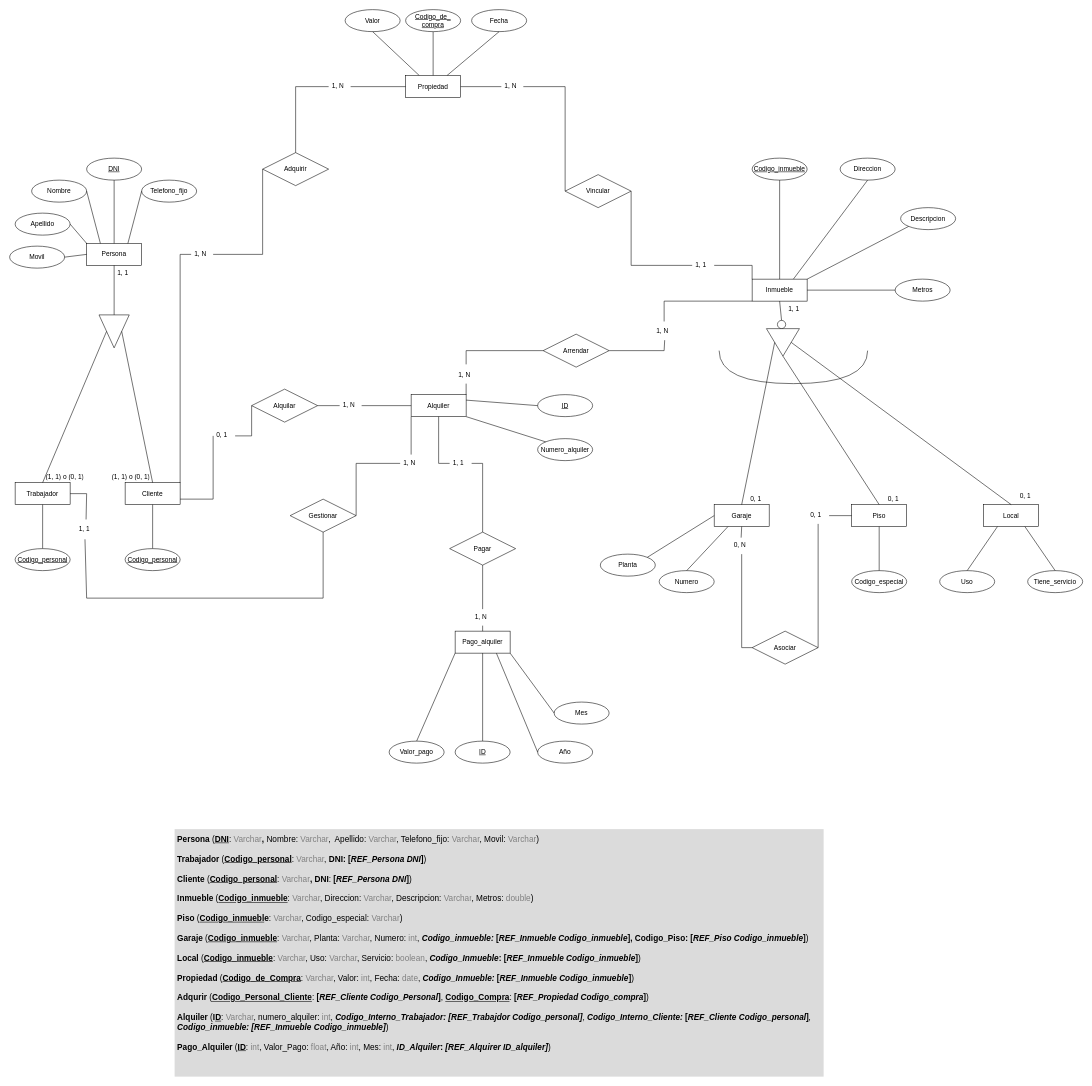
This is Diagramas/Actividad_18_C3_UD12.drawio from jordimall/jmg-tsys-ta12diagramasER-drawio-111023, a draw.io file, before an edit. Source tidied: cells renumbered, new cells numbered last; positions are measured from the earlier drawing's top-left corner, leaving out a move shared by most shapes. Both pictures are drawn from the tidied source at 55%, with x=0, y=0 at pixel (9, 9).
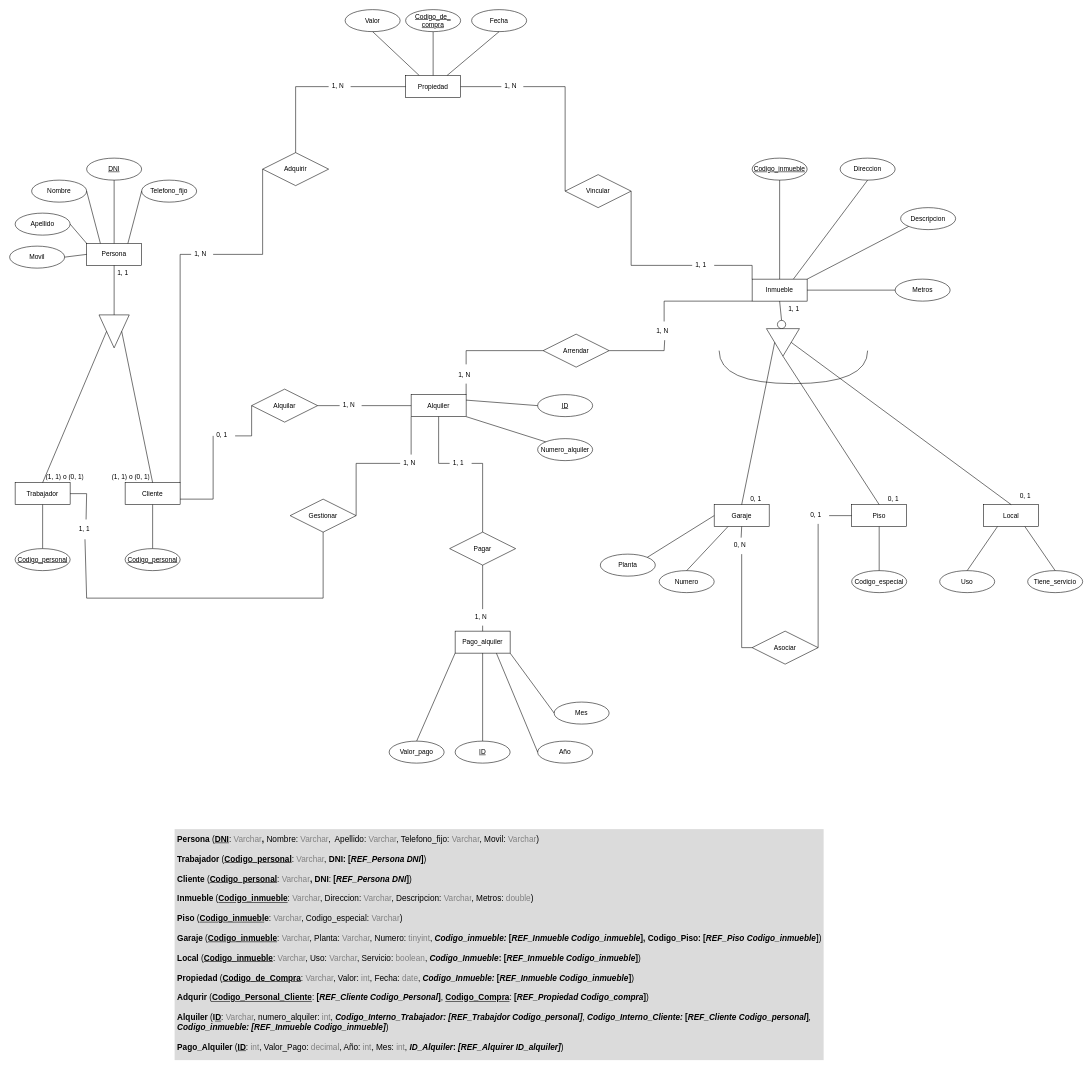
The same page after the edit.

What changed in the source:
```diff
@@
-    <mxCell id="107" value="&lt;div style=&quot;line-height: 120%;&quot;&gt;&lt;font style=&quot;font-size: 15px;&quot;&gt;&lt;b&gt;Persona &lt;/b&gt;(&lt;u style=&quot;font-weight: bold;&quot;&gt;DNI&lt;/u&gt;:&lt;b&gt;&amp;nbsp;&lt;/b&gt;&lt;/font&gt;&lt;font style=&quot;font-size: 15px;&quot;&gt;&lt;font color=&quot;#808080&quot;&gt;Varchar&lt;/font&gt;&lt;b&gt;,&lt;/b&gt; Nombre:&amp;nbsp;&lt;/font&gt;&lt;font style=&quot;font-size: 15px;&quot;&gt;&lt;font color=&quot;#808080&quot;&gt;Varchar&lt;/font&gt;,&amp;nbsp; Apellido:&amp;nbsp;&lt;/font&gt;&lt;font style=&quot;font-size: 15px;&quot;&gt;&lt;font color=&quot;#808080&quot;&gt;Varchar&lt;/font&gt;, Telefono_fijo:&amp;nbsp;&lt;/font&gt;&lt;font color=&quot;#808080&quot;&gt;Varchar&lt;/font&gt;&lt;font style=&quot;font-size: 15px;&quot;&gt;, Movil: &lt;font color=&quot;#808080&quot;&gt;V&lt;/font&gt;&lt;/font&gt;&lt;font color=&quot;#808080&quot;&gt;archar&lt;/font&gt;&lt;span style=&quot;background-color: rgb(219, 219, 219);&quot;&gt;&lt;font style=&quot;font-size: 15px;&quot;&gt;)&lt;/font&gt;&lt;/span&gt;&lt;/div&gt;&lt;div style=&quot;line-height: 120%;&quot;&gt;&lt;span style=&quot;background-color: rgb(219, 219, 219);&quot;&gt;&lt;font style=&quot;font-size: 15px;&quot;&gt;&lt;br&gt;&lt;/font&gt;&lt;/span&gt;&lt;/div&gt;&lt;div style=&quot;line-height: 120%;&quot;&gt;&lt;font style=&quot;font-size: 15px;&quot;&gt;&lt;b&gt;Trabajador &lt;/b&gt;(&lt;u&gt;&lt;b&gt;Codigo_personal&lt;/b&gt;&lt;/u&gt;: &lt;font style=&quot;&quot; color=&quot;#808080&quot;&gt;Varchar&lt;/font&gt;, &lt;b&gt;DNI: [&lt;i&gt;REF_Persona DNI&lt;/i&gt;]&lt;/b&gt;)&lt;/font&gt;&lt;/div&gt;&lt;div style=&quot;line-height: 120%;&quot;&gt;&lt;font style=&quot;font-size: 15px;&quot;&gt;&lt;br&gt;&lt;/font&gt;&lt;/div&gt;&lt;div style=&quot;line-height: 120%;&quot;&gt;&lt;font style=&quot;font-size: 15px;&quot;&gt;&lt;b&gt;Cliente &lt;/b&gt;(&lt;/font&gt;&lt;font style=&quot;font-size: 15px;&quot;&gt;&lt;u style=&quot;font-weight: bold;&quot;&gt;Codigo_personal&lt;/u&gt;:&lt;b&gt;&amp;nbsp;&lt;/b&gt;&lt;/font&gt;&lt;font color=&quot;#808080&quot;&gt;Varchar&lt;/font&gt;&lt;font style=&quot;font-size: 15px;&quot;&gt;&lt;b&gt;,&lt;/b&gt;&amp;nbsp;&lt;b&gt;DNI&lt;/b&gt;:&amp;nbsp;&lt;/font&gt;&lt;b&gt;[&lt;i&gt;REF_Persona DNI&lt;/i&gt;]&lt;/b&gt;&lt;span style=&quot;background-color: rgb(219, 219, 219);&quot;&gt;&lt;font style=&quot;font-size: 15px;&quot;&gt;)&lt;/font&gt;&lt;/span&gt;&lt;/div&gt;&lt;div style=&quot;line-height: 120%;&quot;&gt;&lt;span style=&quot;background-color: rgb(219, 219, 219);&quot;&gt;&lt;font style=&quot;font-size: 15px;&quot;&gt;&lt;br&gt;&lt;/font&gt;&lt;/span&gt;&lt;/div&gt;&lt;div style=&quot;line-height: 120%;&quot;&gt;&lt;font style=&quot;font-size: 15px;&quot;&gt;&lt;b&gt;Inmueble &lt;/b&gt;(&lt;u style=&quot;font-weight: bold;&quot;&gt;Codigo_inmueble&lt;/u&gt;:&amp;nbsp;&lt;/font&gt;&lt;font color=&quot;#808080&quot;&gt;Varchar&lt;/font&gt;&lt;font style=&quot;font-size: 15px;&quot;&gt;, Direccion:&amp;nbsp;&lt;/font&gt;&lt;font color=&quot;#808080&quot;&gt;Varchar&lt;/font&gt;&lt;font style=&quot;font-size: 15px;&quot;&gt;, Descripcion:&amp;nbsp;&lt;/font&gt;&lt;font color=&quot;#808080&quot;&gt;Varchar&lt;/font&gt;&lt;span style=&quot;background-color: rgb(219, 219, 219);&quot;&gt;&lt;font style=&quot;font-size: 15px;&quot;&gt;, Metros: &lt;font color=&quot;#808080&quot;&gt;double&lt;/font&gt;)&lt;/font&gt;&lt;/span&gt;&lt;/div&gt;&lt;div style=&quot;line-height: 120%;&quot;&gt;&lt;span style=&quot;background-color: rgb(219, 219, 219);&quot;&gt;&lt;font style=&quot;font-size: 15px;&quot;&gt;&lt;br&gt;&lt;/font&gt;&lt;/span&gt;&lt;/div&gt;&lt;div style=&quot;line-height: 120%;&quot;&gt;&lt;font style=&quot;font-size: 15px;&quot;&gt;&lt;b&gt;Piso &lt;/b&gt;(&lt;u style=&quot;font-weight: bold;&quot;&gt;Codigo_inmuebl&lt;/u&gt;&lt;b&gt;e&lt;/b&gt;:&lt;b&gt;&amp;nbsp;&lt;/b&gt;&lt;/font&gt;&lt;font style=&quot;&quot; color=&quot;#808080&quot;&gt;Varchar&lt;/font&gt;&lt;font style=&quot;font-size: 15px;&quot;&gt;, Codigo_especial:&amp;nbsp;&lt;/font&gt;&lt;font color=&quot;#808080&quot;&gt;Varchar&lt;/font&gt;&lt;span style=&quot;background-color: rgb(219, 219, 219);&quot;&gt;&lt;font style=&quot;font-size: 15px;&quot;&gt;)&lt;/font&gt;&lt;/span&gt;&lt;/div&gt;&lt;div style=&quot;line-height: 120%;&quot;&gt;&lt;span style=&quot;background-color: rgb(219, 219, 219);&quot;&gt;&lt;font style=&quot;font-size: 15px;&quot;&gt;&lt;br&gt;&lt;/font&gt;&lt;/span&gt;&lt;/div&gt;&lt;div style=&quot;line-height: 120%;&quot;&gt;&lt;font style=&quot;font-size: 15px;&quot;&gt;&lt;b&gt;Garaje &lt;/b&gt;(&lt;u style=&quot;font-weight: bold;&quot;&gt;Codigo_inmueble&lt;/u&gt;:&amp;nbsp;&lt;/font&gt;&lt;font style=&quot;&quot; color=&quot;#808080&quot;&gt;Varchar&lt;/font&gt;&lt;font style=&quot;font-size: 15px;&quot;&gt;, Planta:&amp;nbsp;&lt;/font&gt;&lt;font color=&quot;#808080&quot;&gt;Varchar&lt;/font&gt;&lt;font style=&quot;font-size: 15px;&quot;&gt;, Numero: &lt;font color=&quot;#808080&quot;&gt;int&lt;/font&gt;, &lt;i&gt;&lt;b&gt;Codigo_inmueble:&amp;nbsp;&lt;/b&gt;&lt;/i&gt;&lt;/font&gt;&lt;b&gt;[&lt;i&gt;REF_Inmueble Codigo_inmueble&lt;/i&gt;], Codigo_Piso: [&lt;i&gt;REF_Piso Codigo_inmueble&lt;/i&gt;]&lt;/b&gt;&lt;span style=&quot;background-color: rgb(219, 219, 219);&quot;&gt;&lt;font style=&quot;font-size: 15px;&quot;&gt;)&lt;/font&gt;&lt;/span&gt;&lt;/div&gt;&lt;div style=&quot;line-height: 120%;&quot;&gt;&lt;span style=&quot;background-color: rgb(219, 219, 219);&quot;&gt;&lt;font style=&quot;font-size: 15px;&quot;&gt;&lt;br&gt;&lt;/font&gt;&lt;/span&gt;&lt;/div&gt;&lt;div style=&quot;line-height: 120%;&quot;&gt;&lt;font style=&quot;font-size: 15px;&quot;&gt;&lt;b&gt;Local &lt;/b&gt;(&lt;u style=&quot;font-weight: bold;&quot;&gt;Codigo_inmueble&lt;/u&gt;:&amp;nbsp;&lt;/font&gt;&lt;font style=&quot;&quot; color=&quot;#808080&quot;&gt;Varchar&lt;/font&gt;&lt;font style=&quot;font-size: 15px;&quot;&gt;, Uso: &lt;font color=&quot;#808080&quot;&gt;Varchar&lt;/font&gt;, Servicio: &lt;font color=&quot;#808080&quot;&gt;boolean&lt;/font&gt;, &lt;b&gt;&lt;i&gt;Codigo_Inmueble&lt;/i&gt;:&amp;nbsp;&lt;/b&gt;&lt;/font&gt;&lt;b&gt;[&lt;i&gt;REF_Inmueble Codigo_inmueble&lt;/i&gt;]&lt;/b&gt;&lt;span style=&quot;background-color: rgb(219, 219, 219);&quot;&gt;&lt;font style=&quot;font-size: 15px;&quot;&gt;)&amp;nbsp;&lt;/font&gt;&lt;/span&gt;&lt;/div&gt;&lt;div style=&quot;line-height: 120%;&quot;&gt;&lt;span style=&quot;background-color: rgb(219, 219, 219);&quot;&gt;&lt;font style=&quot;font-size: 15px;&quot;&gt;&lt;br&gt;&lt;/font&gt;&lt;/span&gt;&lt;/div&gt;&lt;div style=&quot;line-height: 120%;&quot;&gt;&lt;font style=&quot;font-size: 15px;&quot;&gt;&lt;b&gt;Propiedad &lt;/b&gt;(&lt;b&gt;&lt;u&gt;Codigo_de_Compra&lt;/u&gt;&lt;/b&gt;:&amp;nbsp;&lt;/font&gt;&lt;font style=&quot;&quot; color=&quot;#808080&quot;&gt;Varchar&lt;/font&gt;&lt;font style=&quot;font-size: 15px;&quot;&gt;, Valor: &lt;font color=&quot;#808080&quot;&gt;int&lt;/font&gt;, Fecha: &lt;font color=&quot;#808080&quot;&gt;date&lt;/font&gt;, &lt;i&gt;&lt;b&gt;Codigo_Inmueble:&amp;nbsp;&lt;/b&gt;&lt;/i&gt;&lt;/font&gt;&lt;b&gt;[&lt;i&gt;REF_Inmueble Codigo_inmueble&lt;/i&gt;]&lt;/b&gt;&lt;span style=&quot;background-color: rgb(219, 219, 219);&quot;&gt;&lt;font style=&quot;font-size: 15px;&quot;&gt;)&lt;/font&gt;&lt;/span&gt;&lt;/div&gt;&lt;div style=&quot;line-height: 120%;&quot;&gt;&lt;span style=&quot;background-color: rgb(219, 219, 219);&quot;&gt;&lt;font style=&quot;font-size: 15px;&quot;&gt;&lt;br&gt;&lt;/font&gt;&lt;/span&gt;&lt;/div&gt;&lt;div style=&quot;line-height: 120%;&quot;&gt;&lt;b&gt;Adqurir &lt;/b&gt;(&lt;u style=&quot;font-weight: bold;&quot;&gt;Codigo_Personal_Cliente&lt;/u&gt;: &lt;b&gt;[&lt;i&gt;REF_Cliente Codigo_Personal&lt;/i&gt;]&lt;/b&gt;, &lt;u style=&quot;font-weight: bold;&quot;&gt;Codigo_Compra&lt;/u&gt;: &lt;b&gt;[&lt;i&gt;REF_Propiedad Codigo_compra&lt;/i&gt;]&lt;/b&gt;&lt;span style=&quot;background-color: initial;&quot;&gt;)&lt;/span&gt;&lt;/div&gt;&lt;div style=&quot;line-height: 120%;&quot;&gt;&lt;span style=&quot;background-color: initial;&quot;&gt;&lt;br&gt;&lt;/span&gt;&lt;/div&gt;&lt;div style=&quot;line-height: 120%;&quot;&gt;&lt;font style=&quot;border-color: var(--border-color);&quot;&gt;&lt;b style=&quot;border-color: var(--border-color);&quot;&gt;Alquiler&amp;nbsp;&lt;/b&gt;(&lt;b style=&quot;border-color: var(--border-color);&quot;&gt;I&lt;/b&gt;&lt;u style=&quot;border-color: var(--border-color); font-weight: bold;&quot;&gt;D&lt;/u&gt;:&amp;nbsp;&lt;/font&gt;&lt;span style=&quot;border-color: var(--border-color);&quot;&gt;&lt;font color=&quot;#808080&quot;&gt;Varchar&lt;/font&gt;&lt;/span&gt;&lt;font style=&quot;border-color: var(--border-color);&quot;&gt;, numero_alquiler: &lt;font color=&quot;#808080&quot;&gt;int&lt;/font&gt;,&amp;nbsp;&lt;i style=&quot;border-color: var(--border-color);&quot;&gt;&lt;b&gt;Codigo_Interno_Trabajador: [REF_Trabajdor Codigo_personal]&lt;/b&gt;&lt;/i&gt;&lt;/font&gt;&lt;font style=&quot;border-color: var(--border-color);&quot;&gt;,&amp;nbsp;&lt;b&gt;&lt;i style=&quot;border-color: var(--border-color);&quot;&gt;Codigo_Interno_Cliente: &lt;/i&gt;&lt;span style=&quot;border-color: var(--border-color);&quot;&gt;[&lt;i&gt;REF_Cliente Codigo_personal&lt;/i&gt;]&lt;/span&gt;&lt;/b&gt;&lt;/font&gt;&lt;font style=&quot;border-color: var(--border-color);&quot;&gt;&lt;i style=&quot;border-color: var(--border-color);&quot;&gt;, &lt;b&gt;Codigo_inmueble:&amp;nbsp;&lt;/b&gt;&lt;/i&gt;&lt;/font&gt;&lt;i&gt;&lt;b&gt;[REF_Inmueble Codigo_inmueble]&lt;/b&gt;&lt;/i&gt;&lt;font style=&quot;border-color: var(--border-color);&quot;&gt;)&lt;/font&gt;&lt;span style=&quot;background-color: initial;&quot;&gt;&lt;br&gt;&lt;/span&gt;&lt;/div&gt;&lt;div style=&quot;line-height: 120%;&quot;&gt;&lt;font style=&quot;border-color: var(--border-color);&quot;&gt;&lt;br&gt;&lt;/font&gt;&lt;/div&gt;&lt;div style=&quot;line-height: 120%;&quot;&gt;&lt;font style=&quot;border-color: var(--border-color);&quot;&gt;&lt;b&gt;Pago_Alquiler &lt;/b&gt;(&lt;b&gt;&lt;u&gt;ID&lt;/u&gt;&lt;/b&gt;: &lt;font color=&quot;#808080&quot;&gt;int&lt;/font&gt;, Valor_Pago: &lt;font color=&quot;#808080&quot;&gt;float&lt;/font&gt;, Año: &lt;font color=&quot;#808080&quot;&gt;int&lt;/font&gt;, Mes: &lt;font color=&quot;#808080&quot;&gt;int&lt;/font&gt;, &lt;b&gt;&lt;i&gt;ID_Alquiler&lt;/i&gt;: &lt;i&gt;[REF_Alquirer ID_alquiler&lt;/i&gt;&lt;/b&gt;&lt;/font&gt;&lt;i style=&quot;background-color: initial;&quot;&gt;&lt;b&gt;]&lt;/b&gt;&lt;/i&gt;&lt;span style=&quot;background-color: initial;&quot;&gt;)&lt;/span&gt;&lt;/div&gt;&lt;div style=&quot;line-height: 120%;&quot;&gt;&lt;font style=&quot;border-color: var(--border-color);&quot;&gt;&lt;br&gt;&lt;/font&gt;&lt;/div&gt;" style="text;html=1;strokeColor=none;fillColor=#dbdbdb;align=left;verticalAlign=top;whiteSpace=wrap;rounded=0;fontSize=15;spacing=5;" parent="1" vertex="1">
-      <mxGeometry x="300" y="1490" width="1180" height="450" as="geometry" />
+    <mxCell id="107" value="&lt;div style=&quot;line-height: 120%;&quot;&gt;&lt;font style=&quot;font-size: 15px;&quot;&gt;&lt;b&gt;Persona &lt;/b&gt;(&lt;u style=&quot;font-weight: bold;&quot;&gt;DNI&lt;/u&gt;:&lt;b&gt;&amp;nbsp;&lt;/b&gt;&lt;/font&gt;&lt;font style=&quot;font-size: 15px;&quot;&gt;&lt;font color=&quot;#808080&quot;&gt;Varchar&lt;/font&gt;&lt;b&gt;,&lt;/b&gt; Nombre:&amp;nbsp;&lt;/font&gt;&lt;font style=&quot;font-size: 15px;&quot;&gt;&lt;font color=&quot;#808080&quot;&gt;Varchar&lt;/font&gt;,&amp;nbsp; Apellido:&amp;nbsp;&lt;/font&gt;&lt;font style=&quot;font-size: 15px;&quot;&gt;&lt;font color=&quot;#808080&quot;&gt;Varchar&lt;/font&gt;, Telefono_fijo:&amp;nbsp;&lt;/font&gt;&lt;font color=&quot;#808080&quot;&gt;Varchar&lt;/font&gt;&lt;font style=&quot;font-size: 15px;&quot;&gt;, Movil: &lt;font color=&quot;#808080&quot;&gt;V&lt;/font&gt;&lt;/font&gt;&lt;font color=&quot;#808080&quot;&gt;archar&lt;/font&gt;&lt;span style=&quot;background-color: rgb(219, 219, 219);&quot;&gt;&lt;font style=&quot;font-size: 15px;&quot;&gt;)&lt;/font&gt;&lt;/span&gt;&lt;/div&gt;&lt;div style=&quot;line-height: 120%;&quot;&gt;&lt;span style=&quot;background-color: rgb(219, 219, 219);&quot;&gt;&lt;font style=&quot;font-size: 15px;&quot;&gt;&lt;br&gt;&lt;/font&gt;&lt;/span&gt;&lt;/div&gt;&lt;div style=&quot;line-height: 120%;&quot;&gt;&lt;font style=&quot;font-size: 15px;&quot;&gt;&lt;b&gt;Trabajador &lt;/b&gt;(&lt;u&gt;&lt;b&gt;Codigo_personal&lt;/b&gt;&lt;/u&gt;: &lt;font style=&quot;&quot; color=&quot;#808080&quot;&gt;Varchar&lt;/font&gt;, &lt;b&gt;DNI: [&lt;i&gt;REF_Persona DNI&lt;/i&gt;]&lt;/b&gt;)&lt;/font&gt;&lt;/div&gt;&lt;div style=&quot;line-height: 120%;&quot;&gt;&lt;font style=&quot;font-size: 15px;&quot;&gt;&lt;br&gt;&lt;/font&gt;&lt;/div&gt;&lt;div style=&quot;line-height: 120%;&quot;&gt;&lt;font style=&quot;font-size: 15px;&quot;&gt;&lt;b&gt;Cliente &lt;/b&gt;(&lt;/font&gt;&lt;font style=&quot;font-size: 15px;&quot;&gt;&lt;u style=&quot;font-weight: bold;&quot;&gt;Codigo_personal&lt;/u&gt;:&lt;b&gt;&amp;nbsp;&lt;/b&gt;&lt;/font&gt;&lt;font color=&quot;#808080&quot;&gt;Varchar&lt;/font&gt;&lt;font style=&quot;font-size: 15px;&quot;&gt;&lt;b&gt;,&lt;/b&gt;&amp;nbsp;&lt;b&gt;DNI&lt;/b&gt;:&amp;nbsp;&lt;/font&gt;&lt;b&gt;[&lt;i&gt;REF_Persona DNI&lt;/i&gt;]&lt;/b&gt;&lt;span style=&quot;background-color: rgb(219, 219, 219);&quot;&gt;&lt;font style=&quot;font-size: 15px;&quot;&gt;)&lt;/font&gt;&lt;/span&gt;&lt;/div&gt;&lt;div style=&quot;line-height: 120%;&quot;&gt;&lt;span style=&quot;background-color: rgb(219, 219, 219);&quot;&gt;&lt;font style=&quot;font-size: 15px;&quot;&gt;&lt;br&gt;&lt;/font&gt;&lt;/span&gt;&lt;/div&gt;&lt;div style=&quot;line-height: 120%;&quot;&gt;&lt;font style=&quot;font-size: 15px;&quot;&gt;&lt;b&gt;Inmueble &lt;/b&gt;(&lt;u style=&quot;font-weight: bold;&quot;&gt;Codigo_inmueble&lt;/u&gt;:&amp;nbsp;&lt;/font&gt;&lt;font color=&quot;#808080&quot;&gt;Varchar&lt;/font&gt;&lt;font style=&quot;font-size: 15px;&quot;&gt;, Direccion:&amp;nbsp;&lt;/font&gt;&lt;font color=&quot;#808080&quot;&gt;Varchar&lt;/font&gt;&lt;font style=&quot;font-size: 15px;&quot;&gt;, Descripcion:&amp;nbsp;&lt;/font&gt;&lt;font color=&quot;#808080&quot;&gt;Varchar&lt;/font&gt;&lt;span style=&quot;background-color: rgb(219, 219, 219);&quot;&gt;&lt;font style=&quot;font-size: 15px;&quot;&gt;, Metros: &lt;font color=&quot;#808080&quot;&gt;double&lt;/font&gt;)&lt;/font&gt;&lt;/span&gt;&lt;/div&gt;&lt;div style=&quot;line-height: 120%;&quot;&gt;&lt;span style=&quot;background-color: rgb(219, 219, 219);&quot;&gt;&lt;font style=&quot;font-size: 15px;&quot;&gt;&lt;br&gt;&lt;/font&gt;&lt;/span&gt;&lt;/div&gt;&lt;div style=&quot;line-height: 120%;&quot;&gt;&lt;font style=&quot;font-size: 15px;&quot;&gt;&lt;b&gt;Piso &lt;/b&gt;(&lt;u style=&quot;font-weight: bold;&quot;&gt;Codigo_inmuebl&lt;/u&gt;&lt;b&gt;e&lt;/b&gt;:&lt;b&gt;&amp;nbsp;&lt;/b&gt;&lt;/font&gt;&lt;font style=&quot;&quot; color=&quot;#808080&quot;&gt;Varchar&lt;/font&gt;&lt;font style=&quot;font-size: 15px;&quot;&gt;, Codigo_especial:&amp;nbsp;&lt;/font&gt;&lt;font color=&quot;#808080&quot;&gt;Varchar&lt;/font&gt;&lt;span style=&quot;background-color: rgb(219, 219, 219);&quot;&gt;&lt;font style=&quot;font-size: 15px;&quot;&gt;)&lt;/font&gt;&lt;/span&gt;&lt;/div&gt;&lt;div style=&quot;line-height: 120%;&quot;&gt;&lt;span style=&quot;background-color: rgb(219, 219, 219);&quot;&gt;&lt;font style=&quot;font-size: 15px;&quot;&gt;&lt;br&gt;&lt;/font&gt;&lt;/span&gt;&lt;/div&gt;&lt;div style=&quot;line-height: 120%;&quot;&gt;&lt;font style=&quot;font-size: 15px;&quot;&gt;&lt;b&gt;Garaje &lt;/b&gt;(&lt;u style=&quot;font-weight: bold;&quot;&gt;Codigo_inmueble&lt;/u&gt;:&amp;nbsp;&lt;/font&gt;&lt;font style=&quot;&quot; color=&quot;#808080&quot;&gt;Varchar&lt;/font&gt;&lt;font style=&quot;font-size: 15px;&quot;&gt;, Planta:&amp;nbsp;&lt;/font&gt;&lt;font color=&quot;#808080&quot;&gt;Varchar&lt;/font&gt;&lt;font style=&quot;font-size: 15px;&quot;&gt;, Numero: &lt;font color=&quot;#808080&quot;&gt;tinyint&lt;/font&gt;, &lt;i&gt;&lt;b&gt;Codigo_inmueble:&amp;nbsp;&lt;/b&gt;&lt;/i&gt;&lt;/font&gt;&lt;b&gt;[&lt;i&gt;REF_Inmueble Codigo_inmueble&lt;/i&gt;], Codigo_Piso: [&lt;i&gt;REF_Piso Codigo_inmueble&lt;/i&gt;]&lt;/b&gt;&lt;span style=&quot;background-color: rgb(219, 219, 219);&quot;&gt;&lt;font style=&quot;font-size: 15px;&quot;&gt;)&lt;/font&gt;&lt;/span&gt;&lt;/div&gt;&lt;div style=&quot;line-height: 120%;&quot;&gt;&lt;span style=&quot;background-color: rgb(219, 219, 219);&quot;&gt;&lt;font style=&quot;font-size: 15px;&quot;&gt;&lt;br&gt;&lt;/font&gt;&lt;/span&gt;&lt;/div&gt;&lt;div style=&quot;line-height: 120%;&quot;&gt;&lt;font style=&quot;font-size: 15px;&quot;&gt;&lt;b&gt;Local &lt;/b&gt;(&lt;u style=&quot;font-weight: bold;&quot;&gt;Codigo_inmueble&lt;/u&gt;:&amp;nbsp;&lt;/font&gt;&lt;font style=&quot;&quot; color=&quot;#808080&quot;&gt;Varchar&lt;/font&gt;&lt;font style=&quot;font-size: 15px;&quot;&gt;, Uso: &lt;font color=&quot;#808080&quot;&gt;Varchar&lt;/font&gt;, Servicio: &lt;font color=&quot;#808080&quot;&gt;boolean&lt;/font&gt;, &lt;b&gt;&lt;i&gt;Codigo_Inmueble&lt;/i&gt;:&amp;nbsp;&lt;/b&gt;&lt;/font&gt;&lt;b&gt;[&lt;i&gt;REF_Inmueble Codigo_inmueble&lt;/i&gt;]&lt;/b&gt;&lt;span style=&quot;background-color: rgb(219, 219, 219);&quot;&gt;&lt;font style=&quot;font-size: 15px;&quot;&gt;)&amp;nbsp;&lt;/font&gt;&lt;/span&gt;&lt;/div&gt;&lt;div style=&quot;line-height: 120%;&quot;&gt;&lt;span style=&quot;background-color: rgb(219, 219, 219);&quot;&gt;&lt;font style=&quot;font-size: 15px;&quot;&gt;&lt;br&gt;&lt;/font&gt;&lt;/span&gt;&lt;/div&gt;&lt;div style=&quot;line-height: 120%;&quot;&gt;&lt;font style=&quot;font-size: 15px;&quot;&gt;&lt;b&gt;Propiedad &lt;/b&gt;(&lt;b&gt;&lt;u&gt;Codigo_de_Compra&lt;/u&gt;&lt;/b&gt;:&amp;nbsp;&lt;/font&gt;&lt;font style=&quot;&quot; color=&quot;#808080&quot;&gt;Varchar&lt;/font&gt;&lt;font style=&quot;font-size: 15px;&quot;&gt;, Valor: &lt;font color=&quot;#808080&quot;&gt;int&lt;/font&gt;, Fecha: &lt;font color=&quot;#808080&quot;&gt;date&lt;/font&gt;, &lt;i&gt;&lt;b&gt;Codigo_Inmueble:&amp;nbsp;&lt;/b&gt;&lt;/i&gt;&lt;/font&gt;&lt;b&gt;[&lt;i&gt;REF_Inmueble Codigo_inmueble&lt;/i&gt;]&lt;/b&gt;&lt;span style=&quot;background-color: rgb(219, 219, 219);&quot;&gt;&lt;font style=&quot;font-size: 15px;&quot;&gt;)&lt;/font&gt;&lt;/span&gt;&lt;/div&gt;&lt;div style=&quot;line-height: 120%;&quot;&gt;&lt;span style=&quot;background-color: rgb(219, 219, 219);&quot;&gt;&lt;font style=&quot;font-size: 15px;&quot;&gt;&lt;br&gt;&lt;/font&gt;&lt;/span&gt;&lt;/div&gt;&lt;div style=&quot;line-height: 120%;&quot;&gt;&lt;b&gt;Adqurir &lt;/b&gt;(&lt;u style=&quot;font-weight: bold;&quot;&gt;Codigo_Personal_Cliente&lt;/u&gt;: &lt;b&gt;[&lt;i&gt;REF_Cliente Codigo_Personal&lt;/i&gt;]&lt;/b&gt;, &lt;u style=&quot;font-weight: bold;&quot;&gt;Codigo_Compra&lt;/u&gt;: &lt;b&gt;[&lt;i&gt;REF_Propiedad Codigo_compra&lt;/i&gt;]&lt;/b&gt;&lt;span style=&quot;background-color: initial;&quot;&gt;)&lt;/span&gt;&lt;/div&gt;&lt;div style=&quot;line-height: 120%;&quot;&gt;&lt;span style=&quot;background-color: initial;&quot;&gt;&lt;br&gt;&lt;/span&gt;&lt;/div&gt;&lt;div style=&quot;line-height: 120%;&quot;&gt;&lt;font style=&quot;border-color: var(--border-color);&quot;&gt;&lt;b style=&quot;border-color: var(--border-color);&quot;&gt;Alquiler&amp;nbsp;&lt;/b&gt;(&lt;b style=&quot;border-color: var(--border-color);&quot;&gt;I&lt;/b&gt;&lt;u style=&quot;border-color: var(--border-color); font-weight: bold;&quot;&gt;D&lt;/u&gt;:&amp;nbsp;&lt;/font&gt;&lt;span style=&quot;border-color: var(--border-color);&quot;&gt;&lt;font color=&quot;#808080&quot;&gt;Varchar&lt;/font&gt;&lt;/span&gt;&lt;font style=&quot;border-color: var(--border-color);&quot;&gt;, numero_alquiler: &lt;font color=&quot;#808080&quot;&gt;int&lt;/font&gt;,&amp;nbsp;&lt;i style=&quot;border-color: var(--border-color);&quot;&gt;&lt;b&gt;Codigo_Interno_Trabajador: [REF_Trabajdor Codigo_personal]&lt;/b&gt;&lt;/i&gt;&lt;/font&gt;&lt;font style=&quot;border-color: var(--border-color);&quot;&gt;,&amp;nbsp;&lt;b&gt;&lt;i style=&quot;border-color: var(--border-color);&quot;&gt;Codigo_Interno_Cliente: &lt;/i&gt;&lt;span style=&quot;border-color: var(--border-color);&quot;&gt;[&lt;i&gt;REF_Cliente Codigo_personal&lt;/i&gt;]&lt;/span&gt;&lt;/b&gt;&lt;/font&gt;&lt;font style=&quot;border-color: var(--border-color);&quot;&gt;&lt;i style=&quot;border-color: var(--border-color);&quot;&gt;, &lt;b&gt;Codigo_inmueble:&amp;nbsp;&lt;/b&gt;&lt;/i&gt;&lt;/font&gt;&lt;i&gt;&lt;b&gt;[REF_Inmueble Codigo_inmueble]&lt;/b&gt;&lt;/i&gt;&lt;font style=&quot;border-color: var(--border-color);&quot;&gt;)&lt;/font&gt;&lt;span style=&quot;background-color: initial;&quot;&gt;&lt;br&gt;&lt;/span&gt;&lt;/div&gt;&lt;div style=&quot;line-height: 120%;&quot;&gt;&lt;font style=&quot;border-color: var(--border-color);&quot;&gt;&lt;br&gt;&lt;/font&gt;&lt;/div&gt;&lt;div style=&quot;line-height: 120%;&quot;&gt;&lt;font style=&quot;border-color: var(--border-color);&quot;&gt;&lt;b&gt;Pago_Alquiler &lt;/b&gt;(&lt;b&gt;&lt;u&gt;ID&lt;/u&gt;&lt;/b&gt;: &lt;font color=&quot;#808080&quot;&gt;int&lt;/font&gt;, Valor_Pago: &lt;font color=&quot;#808080&quot;&gt;decimal&lt;/font&gt;, Año: &lt;font color=&quot;#808080&quot;&gt;int&lt;/font&gt;, Mes: &lt;font color=&quot;#808080&quot;&gt;int&lt;/font&gt;, &lt;b&gt;&lt;i&gt;ID_Alquiler&lt;/i&gt;: &lt;i&gt;[REF_Alquirer ID_alquiler&lt;/i&gt;&lt;/b&gt;&lt;/font&gt;&lt;i style=&quot;background-color: initial;&quot;&gt;&lt;b&gt;]&lt;/b&gt;&lt;/i&gt;&lt;span style=&quot;background-color: initial;&quot;&gt;)&lt;/span&gt;&lt;/div&gt;&lt;div style=&quot;line-height: 120%;&quot;&gt;&lt;font style=&quot;border-color: var(--border-color);&quot;&gt;&lt;br&gt;&lt;/font&gt;&lt;/div&gt;" style="text;html=1;strokeColor=none;fillColor=#dbdbdb;align=left;verticalAlign=top;whiteSpace=wrap;rounded=0;fontSize=15;spacing=5;" parent="1" vertex="1">
+      <mxGeometry x="300" y="1490" width="1180" height="420" as="geometry" />
     </mxCell>
```
